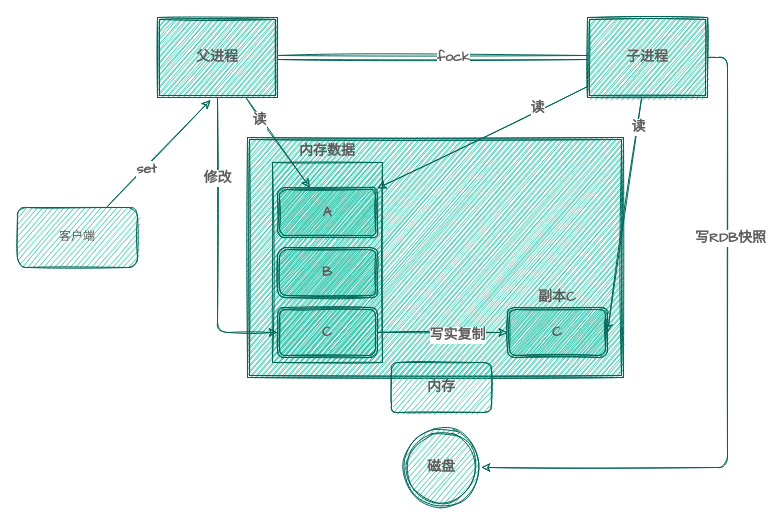
Above: 未命名绘图.drawio in milelu-y/test (draw.io), before the change. Source tidied: cells renumbered, new cells numbered last; positions are measured from the earlier drawing's top-left corner, leaving out a move shared by most shapes. Both pictures are drawn from the tidied source at 100%, with x=0, y=0 at pixel (17, 17).
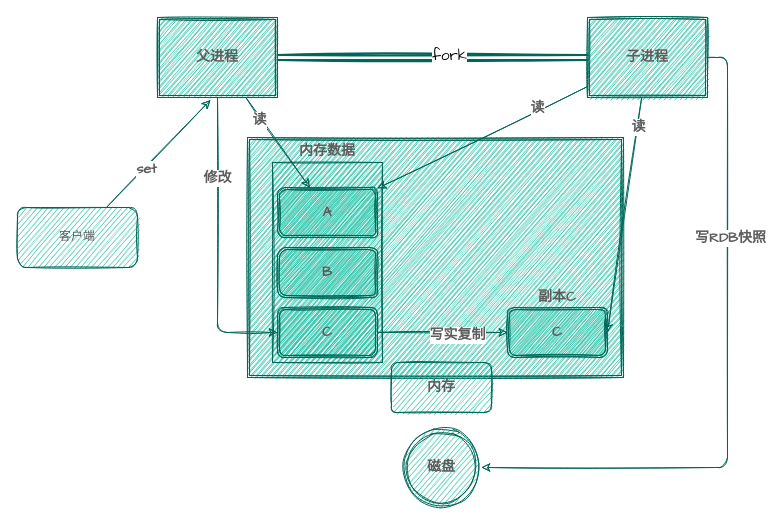
Above is the later version.

The change refers to these unchanged cells:
```xml
<mxCell id="4" value="父进程" style="shape=ext;double=1;whiteSpace=wrap;html=1;sketch=1;fontFamily=Comic Sans MS;fillColor=#21C0A5;strokeColor=#006658;fontColor=#5C5C5C;fontStyle=1;fontSize=14;" parent="1" vertex="1">
  <mxGeometry x="140" width="120" height="80" as="geometry" />
</mxCell>
<mxCell id="7" value="子进程" style="shape=ext;double=1;whiteSpace=wrap;html=1;sketch=1;fontFamily=Comic Sans MS;fillColor=#21C0A5;strokeColor=#006658;fontColor=#5C5C5C;fontStyle=1;fontSize=14;" parent="1" vertex="1">
  <mxGeometry x="570" width="120" height="80" as="geometry" />
</mxCell>
```

Change to the diagram source:
```diff
@@
-    <mxCell id="2" style="edgeStyle=orthogonalEdgeStyle;rounded=1;sketch=1;jettySize=auto;html=1;entryX=0;entryY=0.5;entryDx=0;entryDy=0;shape=link;fontFamily=Comic Sans MS;strokeColor=#006658;fontColor=#5C5C5C;fontStyle=1;fontSize=14;" parent="1" edge="1" source="4" target="7">
+    <mxCell id="2" style="edgeStyle=orthogonalEdgeStyle;rounded=1;sketch=1;jettySize=auto;html=1;entryX=0;entryY=0.5;entryDx=0;entryDy=0;shape=link;fontFamily=Comic Sans MS;strokeColor=#006658;fontColor=#5C5C5C;fontStyle=1;fontSize=14;strokeWidth=2;" parent="1" edge="1" source="4" target="7">
       <mxGeometry relative="1" as="geometry" />
     </mxCell>
-    <mxCell id="3" value="fock" style="edgeLabel;html=1;align=center;verticalAlign=middle;fontFamily=Comic Sans MS;fontColor=#5C5C5C;fontStyle=1;fontSize=14;" parent="2" vertex="1">
-      <mxGeometry x="0.13" y="1" relative="1" as="geometry" />
-    </mxCell>
+    <mxCell id="30" value="fork" style="edgeLabel;html=1;align=center;verticalAlign=middle;fontFamily=Comic Sans MS;fontSize=15;" parent="2" vertex="1">
+      <mxGeometry x="0.1" y="3" relative="1" as="geometry" />
+    </mxCell>
```
